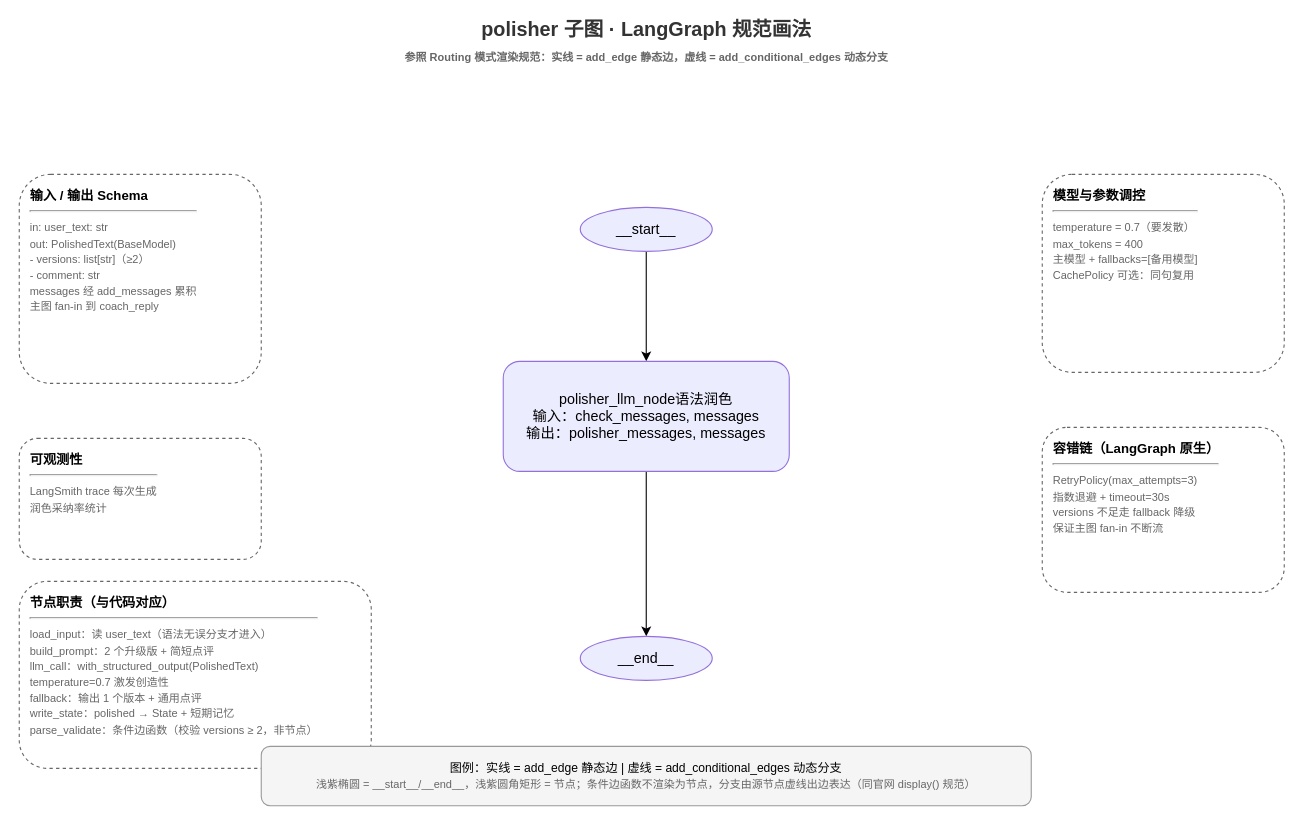
This is backend/src/talk_agent/document/polisher_subgraph.drawio from Ekko306/dialog-ai, a draw.io file, before an edit. Source tidied: cells renumbered, new cells numbered last; positions are measured from the earlier drawing's top-left corner, leaving out a move shared by most shapes. Both pictures are drawn from the tidied source at 110%, with x=0, y=0 at pixel (19, 20).
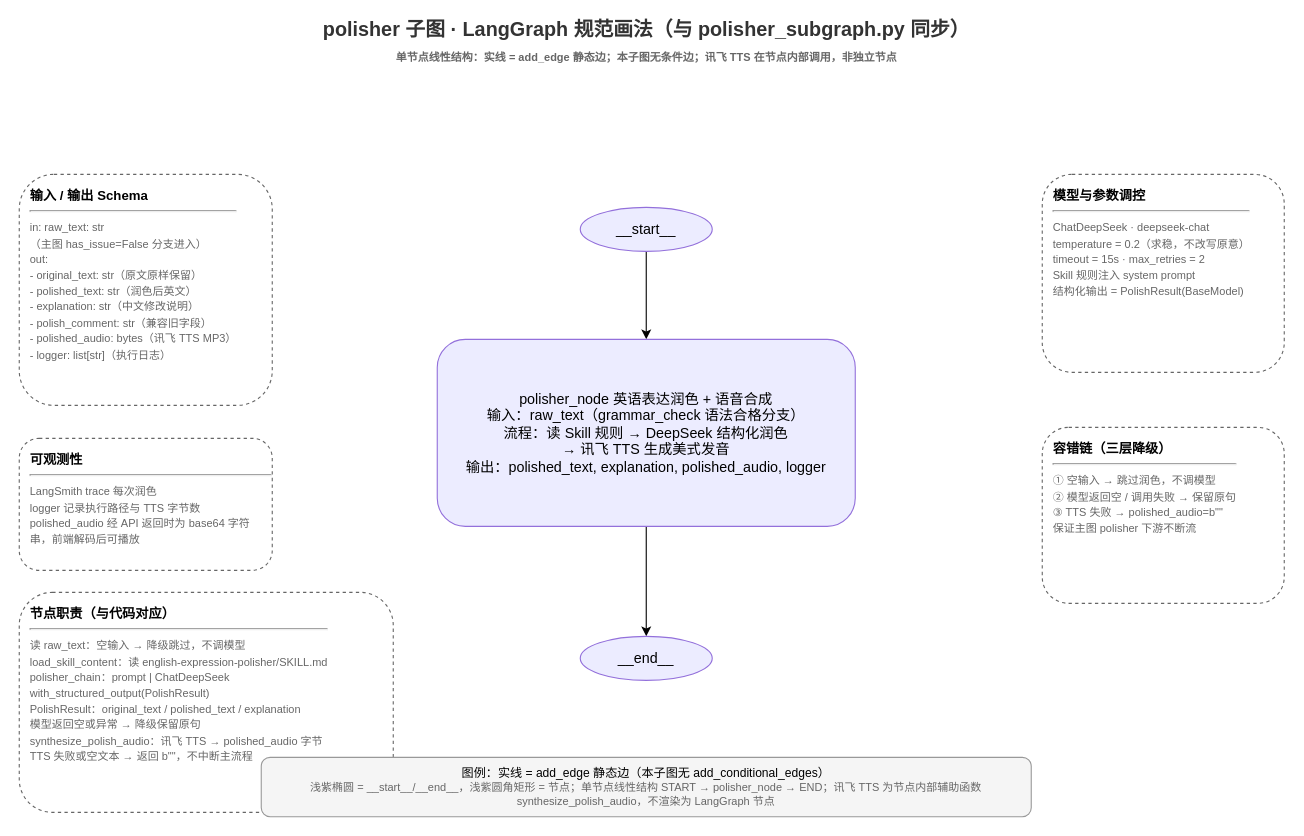
Above is the later version.

Commit message (it also covers changes not shown here):
feat: 去除output中间文件上传到仓库

What changed in the source:
```diff
@@
 <mxGraphModel background="#FFFFFF">
   <root>
     <mxCell id="0" />
     <mxCell id="1" parent="0" />
-    <mxCell id="2" value="polisher 子图 · LangGraph 规范画法&lt;br&gt;&lt;font style=&quot;font-size:10px&quot; color=&quot;#666666&quot;&gt;参照 Routing 模式渲染规范：实线 = add_edge 静态边，虚线 = add_conditional_edges 动态分支&lt;/font&gt;" style="text;html=1;align=center;verticalAlign=middle;fontSize=18;fontStyle=1;fontColor=#333333;" parent="1" vertex="1">
+    <mxCell id="2" value="polisher 子图 · LangGraph 规范画法（与 polisher_subgraph.py 同步）&lt;br&gt;&lt;font style=&quot;font-size:10px&quot; color=&quot;#666666&quot;&gt;单节点线性结构：实线 = add_edge 静态边；本子图无条件边；讯飞 TTS 在节点内部调用，非独立节点&lt;/font&gt;" style="text;html=1;align=center;verticalAlign=middle;fontSize=18;fontStyle=1;fontColor=#333333;" parent="1" vertex="1">
       <mxGeometry x="290" width="560" height="40" as="geometry" />
     </mxCell>
-    <mxCell id="3" style="edgeStyle=none;html=1;entryX=0.5;entryY=0;entryDx=0;entryDy=0;" parent="1" edge="1" source="4" target="6">
+    <mxCell id="3" style="edgeStyle=none;html=1;entryX=0.5;entryY=0;entryDx=0;entryDy=0;" parent="1" edge="1" source="4" target="14">
       <mxGeometry relative="1" as="geometry" />
     </mxCell>
     <mxCell id="4" value="__start__" style="ellipse;whiteSpace=wrap;html=1;fillColor=#ECECFF;strokeColor=#9370DB;fontSize=13;" parent="1" vertex="1">
       <mxGeometry x="510" y="170" width="120" height="40" as="geometry" />
     </mxCell>
-    <mxCell id="5" style="edgeStyle=none;html=1;entryX=0.5;entryY=0;entryDx=0;entryDy=0;" parent="1" edge="1" source="6" target="7">
+    <mxCell id="5" style="edgeStyle=none;html=1;entryX=0.5;entryY=0;entryDx=0;entryDy=0;" parent="1" edge="1" source="14" target="7">
       <mxGeometry relative="1" as="geometry" />
     </mxCell>
-    <mxCell id="6" value="polisher_llm_node语法润色&lt;br&gt;输入：check_messages, messages&lt;br&gt;输出：polisher_messages, messages" style="rounded=1;whiteSpace=wrap;html=1;fillColor=#ECECFF;strokeColor=#9370DB;fontSize=13;" parent="1" vertex="1">
-      <mxGeometry x="440" y="310" width="260" height="100" as="geometry" />
-    </mxCell>
+    <mxCell id="14" value="polisher_node 英语表达润色 + 语音合成&lt;br&gt;输入：raw_text（grammar_check 语法合格分支）&lt;br&gt;流程：读 Skill 规则 → DeepSeek 结构化润色&lt;br&gt;→ 讯飞 TTS 生成美式发音&lt;br&gt;输出：polished_text, explanation, polished_audio, logger" style="rounded=1;whiteSpace=wrap;html=1;fillColor=#ECECFF;strokeColor=#9370DB;fontSize=13;" parent="1" vertex="1">
+      <mxGeometry x="380" y="290" width="380" height="170" as="geometry" />
+    </mxCell>
     <mxCell id="7" value="__end__" style="ellipse;whiteSpace=wrap;html=1;fillColor=#ECECFF;strokeColor=#9370DB;fontSize=13;" parent="1" vertex="1">
       <mxGeometry x="510" y="560" width="120" height="40" as="geometry" />
     </mxCell>
-    <mxCell id="8" value="&lt;b&gt;输入 / 输出 Schema&lt;/b&gt;&lt;hr&gt;&lt;font style=&quot;font-size:10px&quot; color=&quot;#666666&quot;&gt;in: user_text: str&lt;br&gt;out: PolishedText(BaseModel)&lt;br&gt;- versions: list[str]（≥2）&lt;br&gt;- comment: str&lt;br&gt;messages 经 add_messages 累积&lt;br&gt;主图 fan-in 到 coach_reply&lt;/font&gt;" style="rounded=1;whiteSpace=wrap;html=1;dashed=1;fillColor=none;strokeColor=#666666;align=left;verticalAlign=top;fontSize=12;spacingLeft=8;spacingTop=6;" parent="1" vertex="1">
-      <mxGeometry y="140" width="220" height="190" as="geometry" />
+    <mxCell id="8" value="&lt;b&gt;输入 / 输出 Schema&lt;/b&gt;&lt;hr&gt;&lt;font style=&quot;font-size:10px&quot; color=&quot;#666666&quot;&gt;in: raw_text: str&lt;br&gt;（主图 has_issue=False 分支进入）&lt;br&gt;out:&lt;br&gt;- original_text: str（原文原样保留）&lt;br&gt;- polished_text: str（润色后英文）&lt;br&gt;- explanation: str（中文修改说明）&lt;br&gt;- polish_comment: str（兼容旧字段）&lt;br&gt;- polished_audio: bytes（讯飞 TTS MP3）&lt;br&gt;- logger: list[str]（执行日志）&lt;/font&gt;" style="rounded=1;whiteSpace=wrap;html=1;dashed=1;fillColor=none;strokeColor=#666666;align=left;verticalAlign=top;fontSize=12;spacingLeft=8;spacingTop=6;" parent="1" vertex="1">
+      <mxGeometry y="140" width="230" height="210" as="geometry" />
     </mxCell>
-    <mxCell id="9" value="&lt;b&gt;可观测性&lt;/b&gt;&lt;hr&gt;&lt;font style=&quot;font-size:10px&quot; color=&quot;#666666&quot;&gt;LangSmith trace 每次生成&lt;br&gt;润色采纳率统计&lt;/font&gt;" style="rounded=1;whiteSpace=wrap;html=1;dashed=1;fillColor=none;strokeColor=#666666;align=left;verticalAlign=top;fontSize=12;spacingLeft=8;spacingTop=6;" parent="1" vertex="1">
-      <mxGeometry y="380" width="220" height="110" as="geometry" />
+    <mxCell id="9" value="&lt;b&gt;可观测性&lt;/b&gt;&lt;hr&gt;&lt;font style=&quot;font-size:10px&quot; color=&quot;#666666&quot;&gt;LangSmith trace 每次润色&lt;br&gt;logger 记录执行路径与 TTS 字节数&lt;br&gt;polished_audio 经 API 返回时为 base64 字符串，前端解码后可播放&lt;/font&gt;" style="rounded=1;whiteSpace=wrap;html=1;dashed=1;fillColor=none;strokeColor=#666666;align=left;verticalAlign=top;fontSize=12;spacingLeft=8;spacingTop=6;" parent="1" vertex="1">
+      <mxGeometry y="380" width="230" height="120" as="geometry" />
     </mxCell>
-    <mxCell id="10" value="&lt;b&gt;节点职责（与代码对应）&lt;/b&gt;&lt;hr&gt;&lt;font style=&quot;font-size:10px&quot; color=&quot;#666666&quot;&gt;load_input：读 user_text（语法无误分支才进入）&lt;br&gt;build_prompt：2 个升级版 + 简短点评&lt;br&gt;llm_call：with_structured_output(PolishedText)&lt;br&gt;temperature=0.7 激发创造性&lt;br&gt;fallback：输出 1 个版本 + 通用点评&lt;br&gt;write_state：polished → State + 短期记忆&lt;br&gt;parse_validate：条件边函数（校验 versions ≥ 2，非节点）&lt;/font&gt;" style="rounded=1;whiteSpace=wrap;html=1;dashed=1;fillColor=none;strokeColor=#666666;align=left;verticalAlign=top;fontSize=12;spacingLeft=8;spacingTop=6;" parent="1" vertex="1">
-      <mxGeometry y="510" width="320" height="170" as="geometry" />
+    <mxCell id="10" value="&lt;b&gt;节点职责（与代码对应）&lt;/b&gt;&lt;hr&gt;&lt;font style=&quot;font-size:10px&quot; color=&quot;#666666&quot;&gt;读 raw_text：空输入 → 降级跳过，不调模型&lt;br&gt;load_skill_content：读 english-expression-polisher/SKILL.md&lt;br&gt;polisher_chain：prompt | ChatDeepSeek&lt;br&gt;with_structured_output(PolishResult)&lt;br&gt;PolishResult：original_text / polished_text / explanation&lt;br&gt;模型返回空或异常 → 降级保留原句&lt;br&gt;synthesize_polish_audio：讯飞 TTS → polished_audio 字节&lt;br&gt;TTS 失败或空文本 → 返回 b&quot;&quot;，不中断主流程&lt;/font&gt;" style="rounded=1;whiteSpace=wrap;html=1;dashed=1;fillColor=none;strokeColor=#666666;align=left;verticalAlign=top;fontSize=12;spacingLeft=8;spacingTop=6;" parent="1" vertex="1">
+      <mxGeometry y="520" width="340" height="200" as="geometry" />
     </mxCell>
-    <mxCell id="11" value="&lt;b&gt;模型与参数调控&lt;/b&gt;&lt;hr&gt;&lt;font style=&quot;font-size:10px&quot; color=&quot;#666666&quot;&gt;temperature = 0.7（要发散）&lt;br&gt;max_tokens = 400&lt;br&gt;主模型 + fallbacks=[备用模型]&lt;br&gt;CachePolicy 可选：同句复用&lt;/font&gt;" style="rounded=1;whiteSpace=wrap;html=1;dashed=1;fillColor=none;strokeColor=#666666;align=left;verticalAlign=top;fontSize=12;spacingLeft=8;spacingTop=6;" parent="1" vertex="1">
+    <mxCell id="11" value="&lt;b&gt;模型与参数调控&lt;/b&gt;&lt;hr&gt;&lt;font style=&quot;font-size:10px&quot; color=&quot;#666666&quot;&gt;ChatDeepSeek · deepseek-chat&lt;br&gt;temperature = 0.2（求稳，不改写原意）&lt;br&gt;timeout = 15s · max_retries = 2&lt;br&gt;Skill 规则注入 system prompt&lt;br&gt;结构化输出 = PolishResult(BaseModel)&lt;/font&gt;" style="rounded=1;whiteSpace=wrap;html=1;dashed=1;fillColor=none;strokeColor=#666666;align=left;verticalAlign=top;fontSize=12;spacingLeft=8;spacingTop=6;" parent="1" vertex="1">
       <mxGeometry x="930" y="140" width="220" height="180" as="geometry" />
     </mxCell>
-    <mxCell id="12" value="&lt;b&gt;容错链（LangGraph 原生）&lt;/b&gt;&lt;hr&gt;&lt;font style=&quot;font-size:10px&quot; color=&quot;#666666&quot;&gt;RetryPolicy(max_attempts=3)&lt;br&gt;指数退避 + timeout=30s&lt;br&gt;versions 不足走 fallback 降级&lt;br&gt;保证主图 fan-in 不断流&lt;/font&gt;" style="rounded=1;whiteSpace=wrap;html=1;dashed=1;fillColor=none;strokeColor=#666666;align=left;verticalAlign=top;fontSize=12;spacingLeft=8;spacingTop=6;" parent="1" vertex="1">
-      <mxGeometry x="930" y="370" width="220" height="150" as="geometry" />
+    <mxCell id="12" value="&lt;b&gt;容错链（三层降级）&lt;/b&gt;&lt;hr&gt;&lt;font style=&quot;font-size:10px&quot; color=&quot;#666666&quot;&gt;① 空输入 → 跳过润色，不调模型&lt;br&gt;② 模型返回空 / 调用失败 → 保留原句&lt;br&gt;③ TTS 失败 → polished_audio=b&quot;&quot;&lt;br&gt;保证主图 polisher 下游不断流&lt;/font&gt;" style="rounded=1;whiteSpace=wrap;html=1;dashed=1;fillColor=none;strokeColor=#666666;align=left;verticalAlign=top;fontSize=12;spacingLeft=8;spacingTop=6;" parent="1" vertex="1">
+      <mxGeometry x="930" y="370" width="220" height="160" as="geometry" />
     </mxCell>
-    <mxCell id="13" value="图例：实线 = add_edge 静态边  |  虚线 = add_conditional_edges 动态分支&lt;br&gt;&lt;font style=&quot;font-size:10px&quot; color=&quot;#666666&quot;&gt;浅紫椭圆 = __start__/__end__，浅紫圆角矩形 = 节点；条件边函数不渲染为节点，分支由源节点虚线出边表达（同官网 display() 规范）&lt;/font&gt;" style="rounded=1;whiteSpace=wrap;html=1;fillColor=#f5f5f5;strokeColor=#999999;fontSize=11;align=center;" parent="1" vertex="1">
-      <mxGeometry x="220" y="660" width="700" height="54" as="geometry" />
+    <mxCell id="13" value="图例：实线 = add_edge 静态边（本子图无 add_conditional_edges）&lt;br&gt;&lt;font style=&quot;font-size:10px&quot; color=&quot;#666666&quot;&gt;浅紫椭圆 = __start__/__end__，浅紫圆角矩形 = 节点；单节点线性结构 START → polisher_node → END；讯飞 TTS 为节点内部辅助函数 synthesize_polish_audio，不渲染为 LangGraph 节点&lt;/font&gt;" style="rounded=1;whiteSpace=wrap;html=1;fillColor=#f5f5f5;strokeColor=#999999;fontSize=11;align=center;" parent="1" vertex="1">
+      <mxGeometry x="220" y="670" width="700" height="54" as="geometry" />
     </mxCell>
   </root>
 </mxGraphModel>
```
